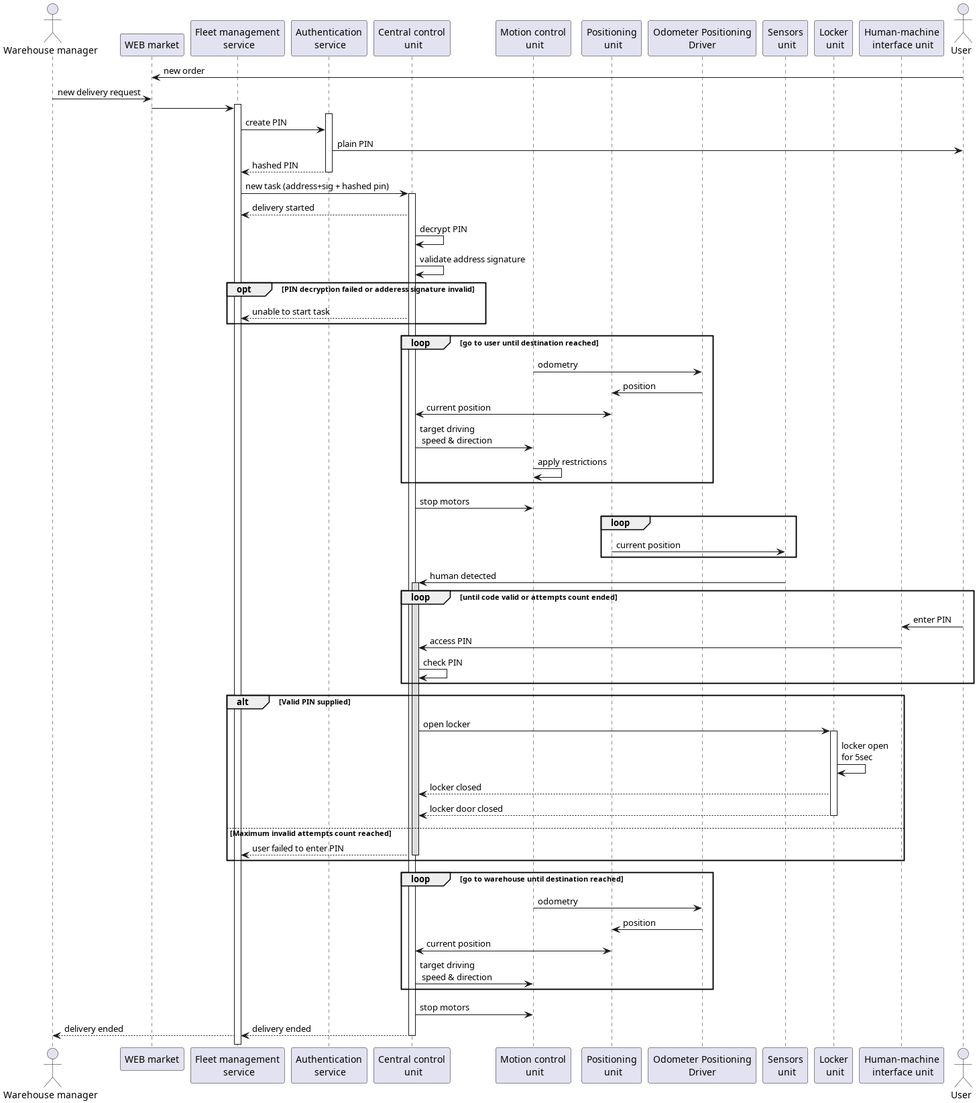
This is docs/diagrams/res/sequence_new.png from Losssaw3/cyberimmune-delivery-robot, a PlantUML export, as it was before one commit.
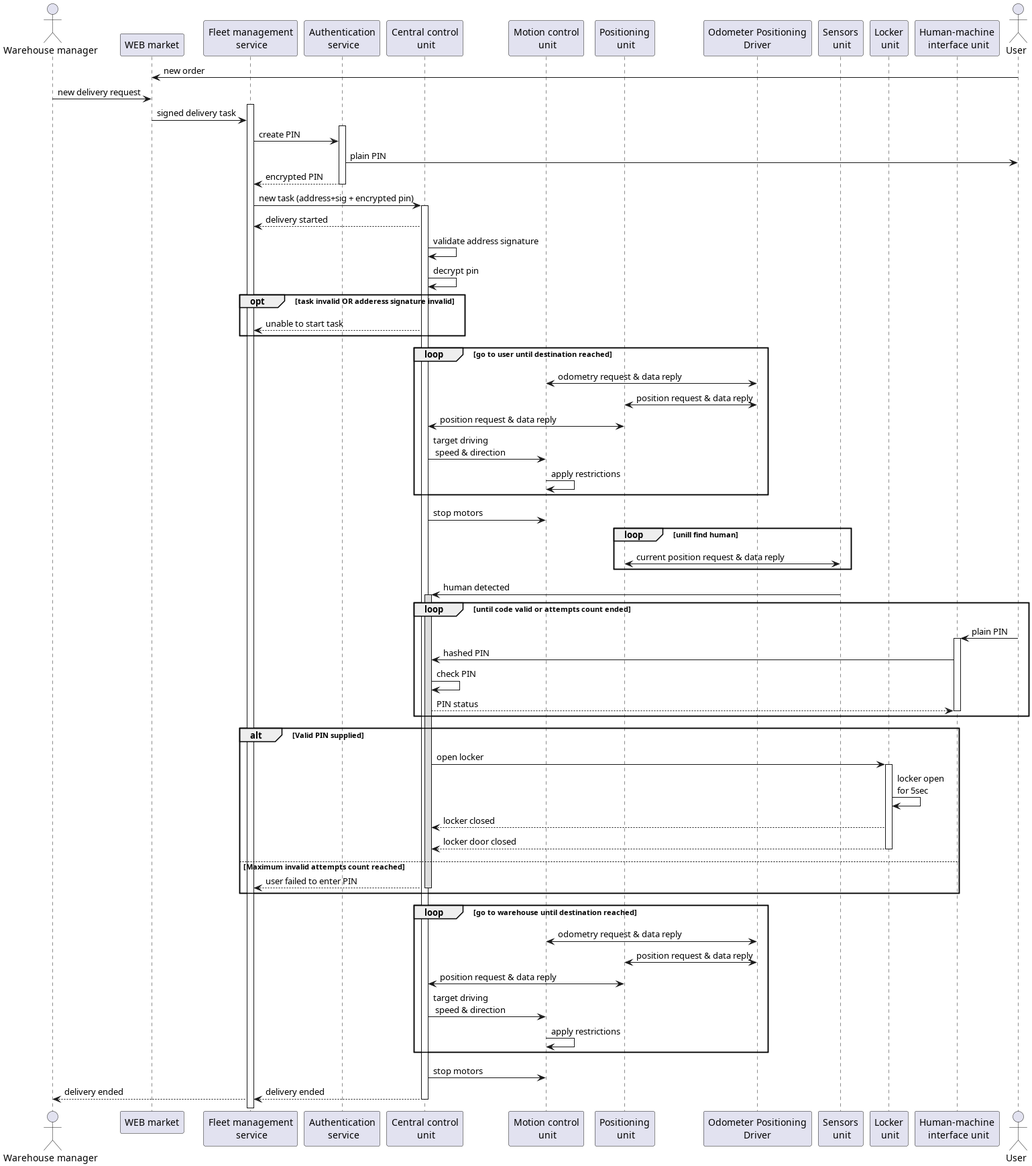
Above is the later version.

Change to the diagram source:
```diff
@@ -18,29 +18,29 @@
 
 WH      -> STOR:     new delivery request
 activate FMS
-STOR    -> FMS
+STOR    -> FMS:     signed delivery task
 activate AS
 FMS     -> AS:      create PIN
 AS      -> User:    plain PIN
-AS     --> FMS:     hashed PIN
+AS     --> FMS:     encrypted PIN
 deactivate AS
-FMS     -> CCU:      new task (address+sig + hashed pin)
+FMS     -> CCU:      new task (address+sig + encrypted pin)
 
 activate CCU
 
 CCU    --> FMS:      delivery started
 
-CCU     -> CCU:     decrypt PIN
 CCU     -> CCU:     validate address signature
-opt PIN decryption failed or adderess signature invalid
+CCU     -> CCU:     decrypt pin
+opt task invalid OR adderess signature invalid
 CCU    --> FMS:      unable to start task
 end opt
 
 loop go to user until destination reached
 
-MCU     -> OPD:      odometry
-OPD     -> PU:       position
-PU      <-> CCU:     current position
+MCU     <-> OPD:      odometry request & data reply
+OPD     <-> PU:       position request & data reply
+PU      <-> CCU:      position request & data reply
 CCU     -> MCU:      target driving\n speed & direction
 MCU     -> MCU:       apply restrictions
 
@@ -50,8 +50,8 @@
 CCU     -> MCU:     stop motors
 
 
-loop
-PU      -> SU:      current position
+loop unill find human
+PU      <-> SU:      current position request & data reply
 end
 
 SU      -> CCU:     human detected
@@ -59,9 +59,13 @@
 
 
 loop until code valid or attempts count ended
-User    -> HMI:     enter PIN
-HMI     -> CCU:     access PIN
+User    -> HMI:     plain PIN
+activate HMI
+
+HMI     -> CCU:     hashed PIN
 CCU     -> CCU:     check PIN
+CCU     --> HMI:     PIN status
+deactivate HMI
 end
 
 alt Valid PIN supplied
@@ -81,10 +85,11 @@
 end
 
 loop go to warehouse until destination reached
-MCU     -> OPD:      odometry
-OPD     -> PU:       position
-PU      <-> CCU:     current position
+MCU     <-> OPD:      odometry request & data reply
+OPD     <-> PU:       position request & data reply
+PU      <-> CCU:      position request & data reply
 CCU     -> MCU:      target driving\n speed & direction
+MCU     -> MCU:       apply restrictions
 end
 
 CCU     -> MCU:     stop motors
```
